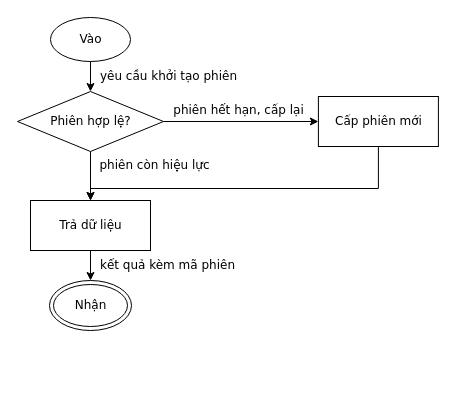
luytbq/flowcast keeps this draw.io diagram as conformance/golden/flowchart/11-labels-crowded.drawio. Above is the earlier version. Source tidied: cells renumbered, new cells numbered last; positions are measured from the earlier drawing's top-left corner, leaving out a move shared by most shapes. Both pictures are drawn from the tidied source at 100%, with x=0, y=0 at pixel (17, 17).
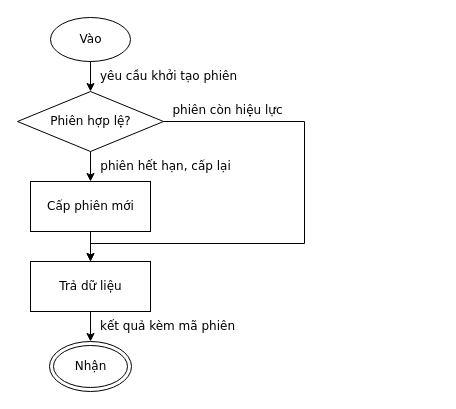
The same page after the edit.

Diff of the diagram source:
```diff
@@
 <mxGraphModel>
   <root>
     <mxCell id="0" />
     <mxCell id="1" parent="0" />
     <mxCell id="2" value="Vào" style="ellipse;html=1;fontFamily=Verdana;fontSize=12;flowtable=1;" parent="1" vertex="1">
       <mxGeometry x="33" width="80" height="44" as="geometry" />
     </mxCell>
     <mxCell id="3" value="Phiên hợp lệ?" style="rhombus;html=1;fontFamily=Verdana;fontSize=12;flowtable=1;" parent="1" vertex="1">
       <mxGeometry y="74" width="146" height="60" as="geometry" />
     </mxCell>
     <mxCell id="4" value="Cấp phiên mới" style="rounded=0;html=1;fontFamily=Verdana;fontSize=12;flowtable=1;" parent="1" vertex="1">
-      <mxGeometry x="300.9" y="79" width="120" height="50" as="geometry" />
+      <mxGeometry x="13" y="164" width="120" height="50" as="geometry" />
     </mxCell>
     <mxCell id="5" value="Trả dữ liệu" style="rounded=0;html=1;fontFamily=Verdana;fontSize=12;flowtable=1;" parent="1" vertex="1">
-      <mxGeometry x="13" y="183" width="120" height="50" as="geometry" />
+      <mxGeometry x="13" y="244" width="120" height="50" as="geometry" />
     </mxCell>
     <mxCell id="6" value="Nhận" style="shape=doubleEllipse;html=1;fontFamily=Verdana;fontSize=12;flowtable=1;" parent="1" vertex="1">
-      <mxGeometry x="32" y="263" width="82" height="50" as="geometry" />
+      <mxGeometry x="32" y="324" width="82" height="50" as="geometry" />
     </mxCell>
     <mxCell id="7" value="yêu cầu khởi tạo phiên" style="edgeStyle=orthogonalEdgeStyle;rounded=0;jettySize=auto;html=1;labelBackgroundColor=default;exitX=0.5;exitY=1;exitDx=0;exitDy=0;entryX=0.5;entryY=0;entryDx=0;entryDy=0;fontFamily=Verdana;fontSize=12;flowtable=1;" parent="1" edge="1" source="2" target="3">
       <mxGeometry x="-0.03" relative="1" as="geometry">
         <mxPoint x="77.7" as="offset" />
       </mxGeometry>
     </mxCell>
-    <mxCell id="8" value="phiên hết hạn, cấp lại" style="edgeStyle=orthogonalEdgeStyle;rounded=0;jettySize=auto;html=1;labelBackgroundColor=default;exitX=1;exitY=0.5;exitDx=0;exitDy=0;entryX=0;entryY=0.5;entryDx=0;entryDy=0;fontFamily=Verdana;fontSize=12;flowtable=1;" parent="1" edge="1" source="3" target="4">
+    <mxCell id="8" value="phiên hết hạn, cấp lại" style="edgeStyle=orthogonalEdgeStyle;rounded=0;jettySize=auto;html=1;labelBackgroundColor=default;exitX=0.5;exitY=1;exitDx=0;exitDy=0;entryX=0.5;entryY=0;entryDx=0;entryDy=0;fontFamily=Verdana;fontSize=12;flowtable=1;" parent="1" edge="1" source="3" target="4">
       <mxGeometry x="-0.03" relative="1" as="geometry">
-        <mxPoint y="-11.5" as="offset" />
+        <mxPoint x="74.5" as="offset" />
       </mxGeometry>
     </mxCell>
-    <mxCell id="9" value="phiên còn hiệu lực" style="edgeStyle=orthogonalEdgeStyle;rounded=0;jettySize=auto;html=1;labelBackgroundColor=default;exitX=0.5;exitY=1;exitDx=0;exitDy=0;entryX=0.5;entryY=0;entryDx=0;entryDy=0;fontFamily=Verdana;fontSize=12;flowtable=1;" parent="1" edge="1" source="3" target="5">
-      <mxGeometry x="-0.41" relative="1" as="geometry">
-        <mxPoint x="64" as="offset" />
+    <mxCell id="9" value="phiên còn hiệu lực" style="edgeStyle=orthogonalEdgeStyle;rounded=0;jettySize=auto;html=1;labelBackgroundColor=default;exitX=1;exitY=0.5;exitDx=0;exitDy=0;entryX=0.5;entryY=0;entryDx=0;entryDy=0;fontFamily=Verdana;fontSize=12;flowtable=1;" parent="1" edge="1" source="3" target="5">
+      <mxGeometry x="-0.74" relative="1" as="geometry">
+        <Array as="points">
+          <mxPoint x="287" y="104" />
+          <mxPoint x="287" y="226" />
+          <mxPoint x="73" y="226" />
+        </Array>
+        <mxPoint y="-11.5" as="offset" />
       </mxGeometry>
     </mxCell>
     <mxCell id="10" style="edgeStyle=orthogonalEdgeStyle;rounded=0;jettySize=auto;html=1;labelBackgroundColor=default;exitX=0.5;exitY=1;exitDx=0;exitDy=0;entryX=0.5;entryY=0;entryDx=0;entryDy=0;fontFamily=Verdana;fontSize=12;flowtable=1;" parent="1" edge="1" source="4" target="5">
-      <mxGeometry relative="1" as="geometry">
-        <Array as="points">
-          <mxPoint x="360.9" y="171" />
-          <mxPoint x="73" y="171" />
-        </Array>
-      </mxGeometry>
+      <mxGeometry relative="1" as="geometry" />
     </mxCell>
     <mxCell id="11" value="kết quả kèm mã phiên" style="edgeStyle=orthogonalEdgeStyle;rounded=0;jettySize=auto;html=1;labelBackgroundColor=default;exitX=0.5;exitY=1;exitDx=0;exitDy=0;entryX=0.5;entryY=0;entryDx=0;entryDy=0;fontFamily=Verdana;fontSize=12;flowtable=1;" parent="1" edge="1" source="5" target="6">
       <mxGeometry x="-0.03" relative="1" as="geometry">
         <mxPoint x="77" as="offset" />
       </mxGeometry>
     </mxCell>
   </root>
 </mxGraphModel>
```
